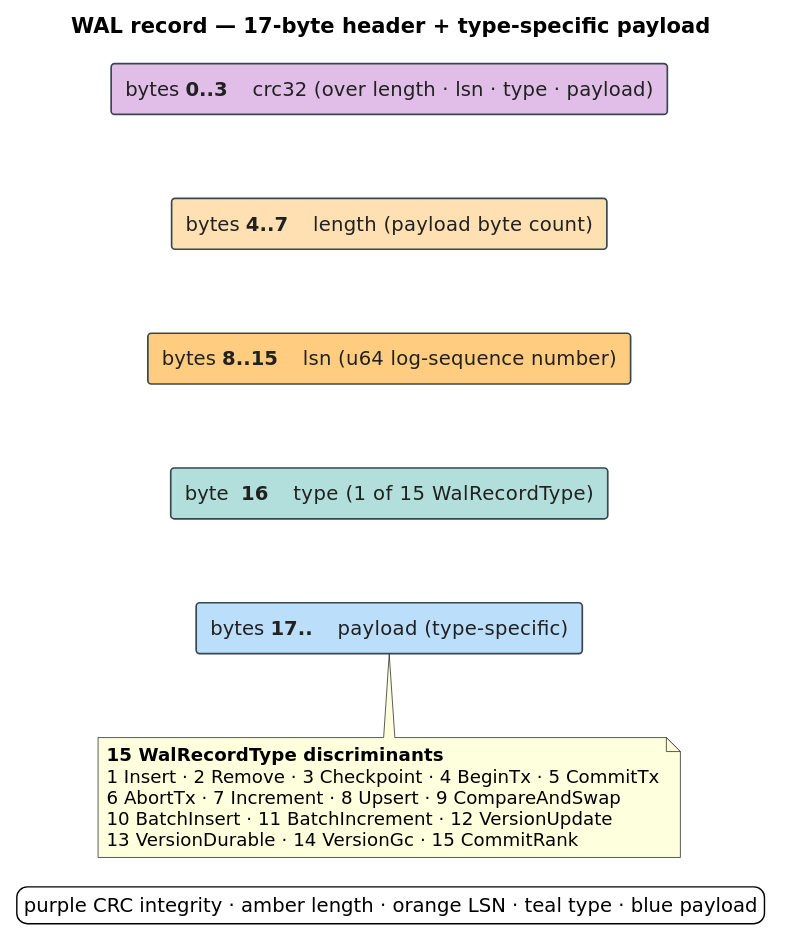
The PlantUML diagram docs/diagrams/wal-record.svg in vinary-tree/libdictenstein, before a commit. Its source is kept beside it as docs/diagrams/src/wal-record.puml. Its diagram source:
```plantuml
@startuml wal-record
skinparam defaultFontSize 14
skinparam shadowing false
skinparam backgroundColor #FFFFFF
skinparam defaultFontName "DejaVu Sans"
skinparam rectangle {
  BorderColor #37474F
  FontColor #212121
  BorderThickness 1.2
}
skinparam noteFontSize 13
skinparam TitleFontSize 15

title WAL record — 17-byte header + type-specific payload

rectangle "bytes **0..3**    crc32  (over length · lsn · type · payload)" as R0 #E1BEE7
rectangle "bytes **4..7**    length  (payload byte count)" as R1 #FFE0B2
rectangle "bytes **8..15**    lsn  (u64 log-sequence number)" as R2 #FFCC80
rectangle "byte  **16**    type  (1 of 15 WalRecordType)" as R3 #B2DFDB
rectangle "bytes **17..**    payload  (type-specific)" as R4 #BBDEFB

R0 -[hidden]down- R1
R1 -[hidden]down- R2
R2 -[hidden]down- R3
R3 -[hidden]down- R4

note bottom of R4
  **15 WalRecordType discriminants**
  1 Insert · 2 Remove · 3 Checkpoint · 4 BeginTx · 5 CommitTx
  6 AbortTx · 7 Increment · 8 Upsert · 9 CompareAndSwap
  10 BatchInsert · 11 BatchIncrement · 12 VersionUpdate
  13 VersionDurable · 14 VersionGc · 15 CommitRank
end note

legend bottom
  purple CRC integrity · amber length · orange LSN · teal type · blue payload
endlegend
@enduml
```
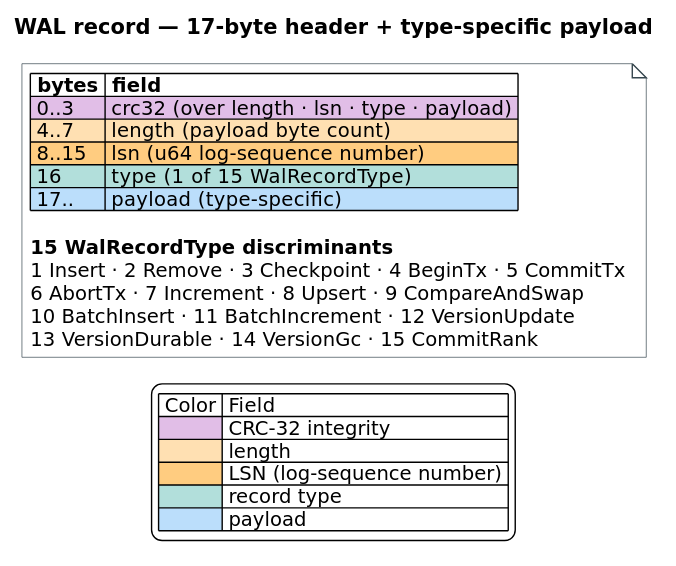
Above is the later version.

The edit, as a diff of the source:
```diff
@@ -3,36 +3,36 @@
 skinparam shadowing false
 skinparam backgroundColor #FFFFFF
 skinparam defaultFontName "DejaVu Sans"
-skinparam rectangle {
+skinparam TitleFontSize 15
+skinparam noteFontSize 14
+skinparam note {
+  BackgroundColor #FFFFFF
   BorderColor #37474F
-  FontColor #212121
-  BorderThickness 1.2
 }
-skinparam noteFontSize 13
-skinparam TitleFontSize 15
 
 title WAL record — 17-byte header + type-specific payload
 
-rectangle "bytes **0..3**    crc32  (over length · lsn · type · payload)" as R0 #E1BEE7
-rectangle "bytes **4..7**    length  (payload byte count)" as R1 #FFE0B2
-rectangle "bytes **8..15**    lsn  (u64 log-sequence number)" as R2 #FFCC80
-rectangle "byte  **16**    type  (1 of 15 WalRecordType)" as R3 #B2DFDB
-rectangle "bytes **17..**    payload  (type-specific)" as R4 #BBDEFB
+note as WR
+|= bytes |= field |
+|<#E1BEE7> 0..3 |<#E1BEE7> crc32  (over length · lsn · type · payload) |
+|<#FFE0B2> 4..7 |<#FFE0B2> length  (payload byte count) |
+|<#FFCC80> 8..15 |<#FFCC80> lsn  (u64 log-sequence number) |
+|<#B2DFDB> 16 |<#B2DFDB> type  (1 of 15 WalRecordType) |
+|<#BBDEFB> 17.. |<#BBDEFB> payload  (type-specific) |
 
-R0 -[hidden]down- R1
-R1 -[hidden]down- R2
-R2 -[hidden]down- R3
-R3 -[hidden]down- R4
-
-note bottom of R4
-  **15 WalRecordType discriminants**
-  1 Insert · 2 Remove · 3 Checkpoint · 4 BeginTx · 5 CommitTx
-  6 AbortTx · 7 Increment · 8 Upsert · 9 CompareAndSwap
-  10 BatchInsert · 11 BatchIncrement · 12 VersionUpdate
-  13 VersionDurable · 14 VersionGc · 15 CommitRank
+**15 WalRecordType discriminants**
+1 Insert · 2 Remove · 3 Checkpoint · 4 BeginTx · 5 CommitTx
+6 AbortTx · 7 Increment · 8 Upsert · 9 CompareAndSwap
+10 BatchInsert · 11 BatchIncrement · 12 VersionUpdate
+13 VersionDurable · 14 VersionGc · 15 CommitRank
 end note
 
 legend bottom
-  purple CRC integrity · amber length · orange LSN · teal type · blue payload
+| Color | Field |
+|<#E1BEE7>| CRC-32 integrity |
+|<#FFE0B2>| length |
+|<#FFCC80>| LSN (log-sequence number) |
+|<#B2DFDB>| record type |
+|<#BBDEFB>| payload |
 endlegend
 @enduml
```
